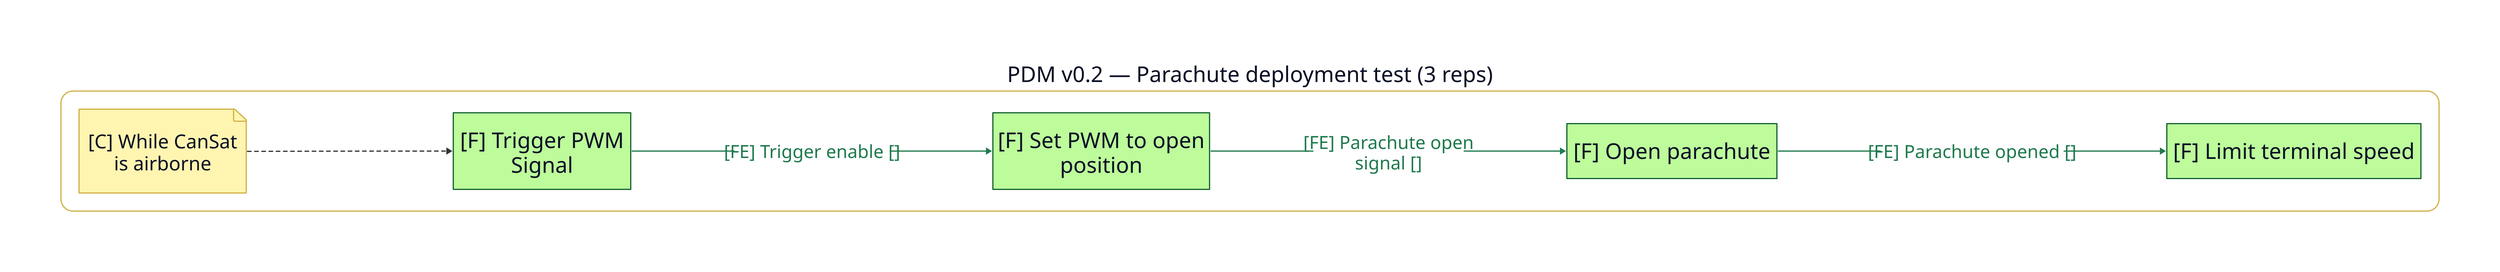
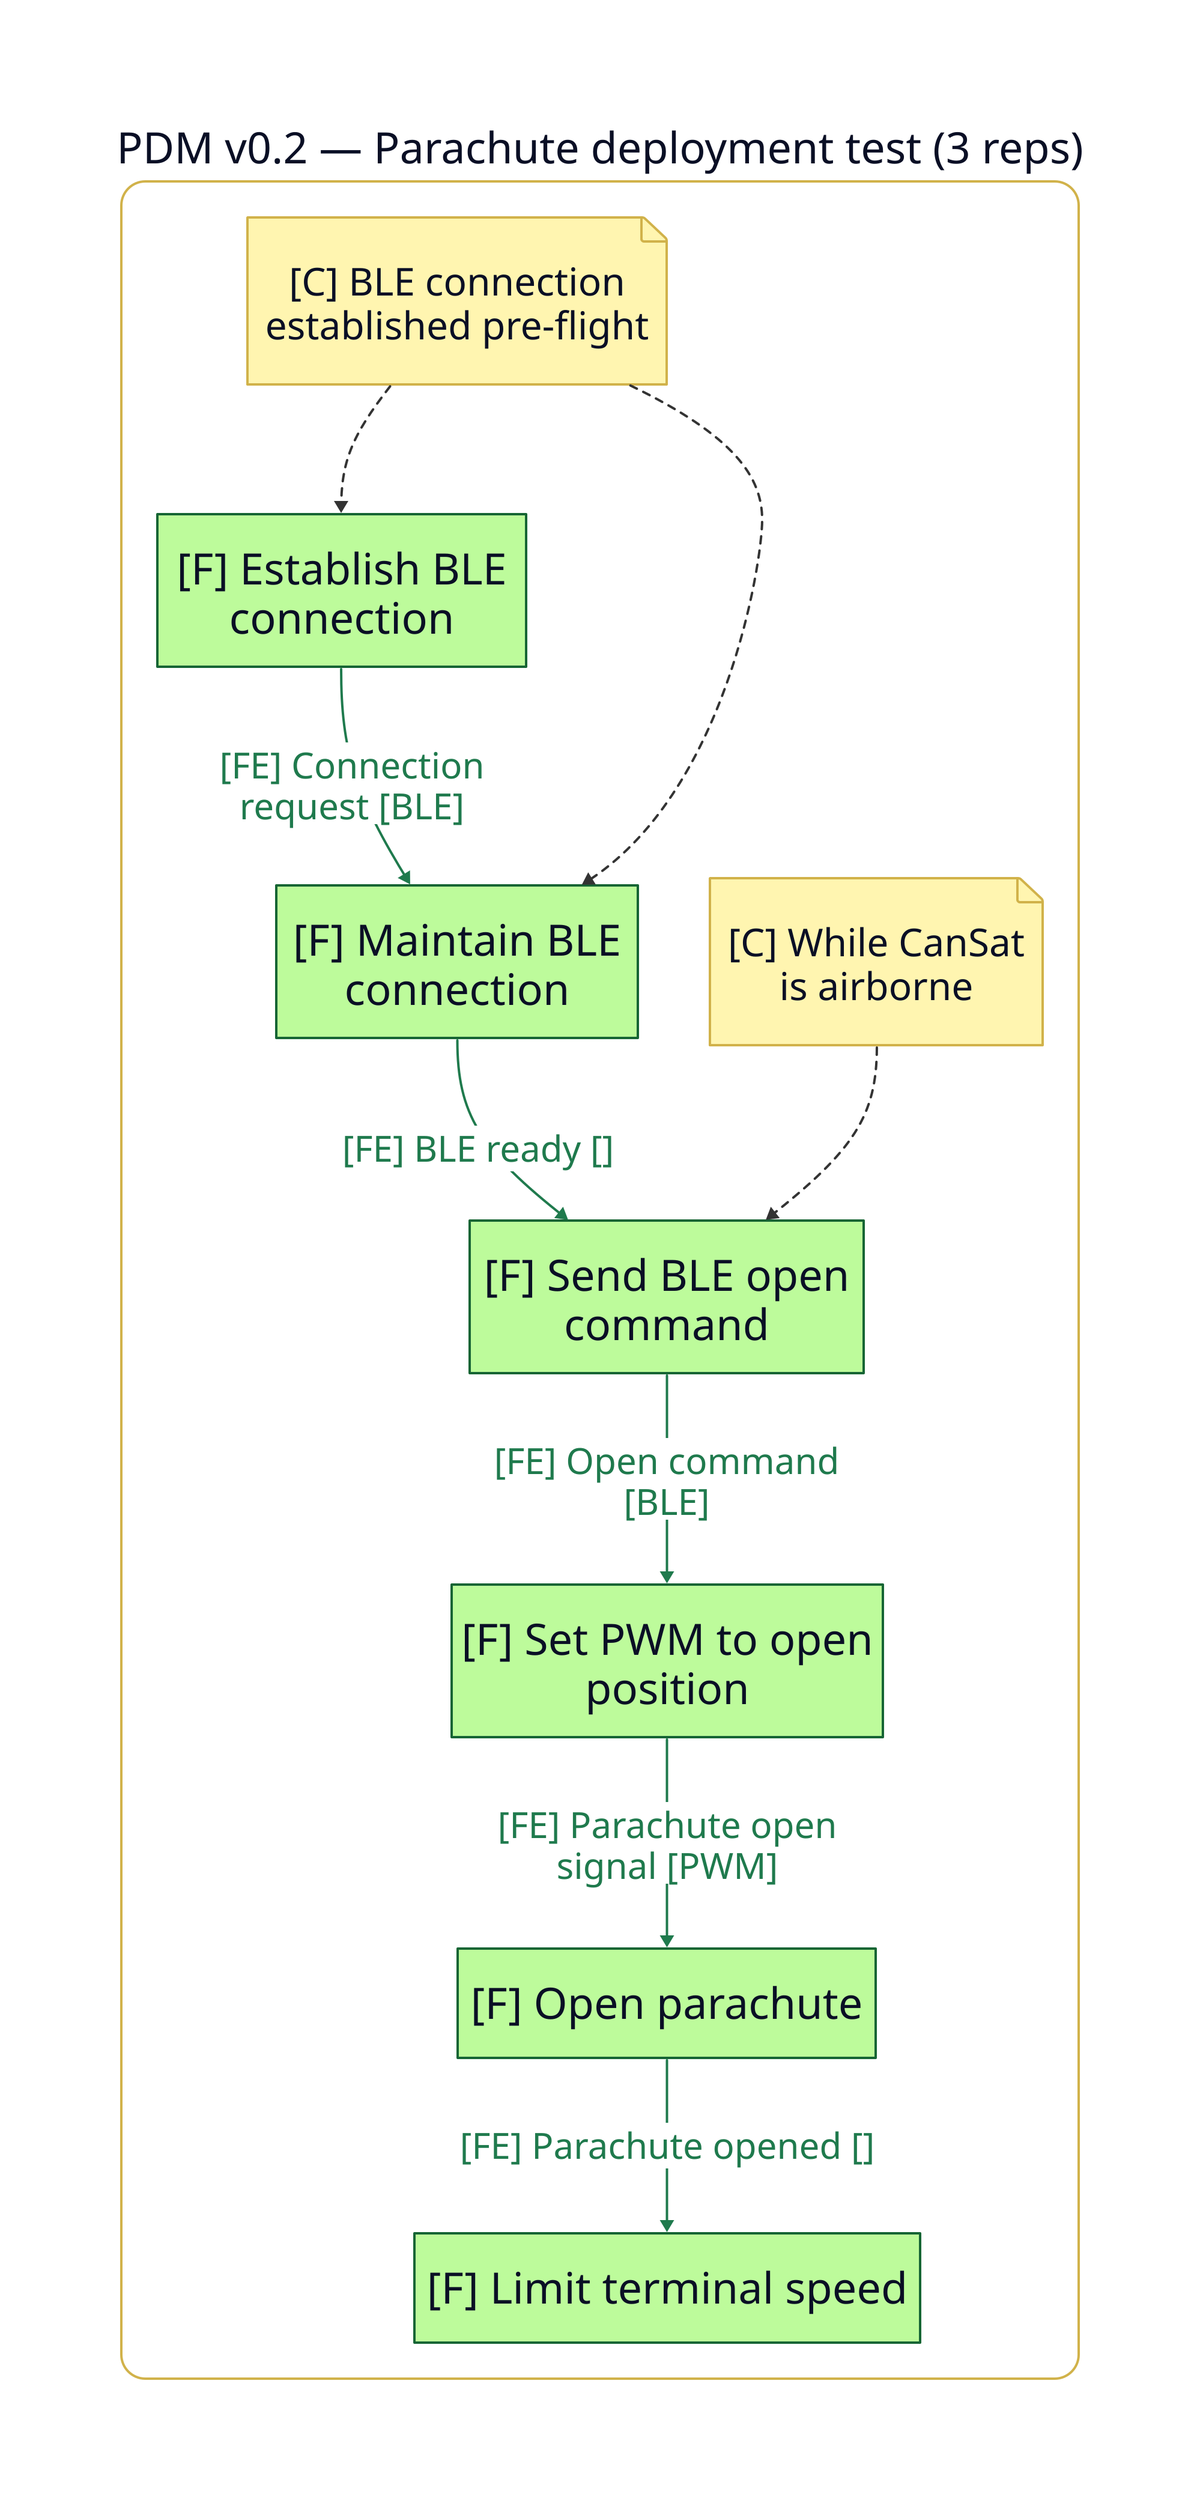
vars: {
  d2-config: {
    layout-engine: elk
  }
}

# Functional chain reconstructed from PDM/PDM_v0.2_FC.jpg.
# Source label: "Parachute deployment test (3 reps)".
# Release dummy is visible in the raster but has no visible exchange into this
# chain; it is omitted here to avoid inventing one.
- direction: right
+ # This revision explicitly includes the pre-flight BLE connection; no
+ # IMU/altitude fallback is modeled in v0.2.
+ direction: down

classes: {
  func: {
    shape: rectangle
    style: { fill: "#BDFB9B"; stroke: "#166534"; stroke-width: 2; font-size: 36 }
  }
  lc: {
    style: {
      fill: "#A9C7E6"; stroke: "#5B65C9"; stroke-width: 2
      border-radius: 20; font-size: 40
    }
  }
  pc: {
    style: { fill: "#FFF8BF"; stroke: "#D1B24A"; stroke-width: 2; font-size: 40 }
  }
  sys: {
    style: { fill: "#E6E6E6"; stroke: "#9A9A9A"; stroke-width: 2; font-size: 48 }
  }
  ea: {
    shape: rectangle
    style: {
      fill: "#BFEAF4"; stroke: "#5B65C9"; stroke-width: 2
      border-radius: 20; font-size: 40
    }
  }
  note: { style: { fill: "#FFF5B0"; stroke: "#D1B24A"; font-size: 32 } }
  chain: {
    style: {
      fill: "#FFFFFF"; stroke: "#D1B24A"; stroke-width: 2
      border-radius: 20; font-size: 36
    }
  }
  fe:   { style: { stroke: "#1F7A4D"; font-color: "#1F7A4D"; stroke-width: 2; font-size: 30 } }
  ce:   { style: { stroke: "#5B65C9"; font-color: "#5B65C9"; stroke-width: 2; font-size: 30 } }
  pl:   { style: { stroke: "#E11D28"; font-color: "#E11D28"; stroke-width: 2; font-size: 30 } }
  cstr: { style: { stroke: "#333333"; stroke-dash: 3; font-size: 26 } }
}

chain: "PDM v0.2 — Parachute deployment test (3 reps)" {
  class: chain
-   direction: right
+   direction: down

+   note_preflight_ble: "[C] BLE connection\nestablished pre-flight" { class: note; shape: page }
  note_airborne: "[C] While CanSat\nis airborne" { class: note; shape: page }

-   trigger_pwm_signal: "[F] Trigger PWM\nSignal" { class: func }
+   establish_ble_connection: "[F] Establish BLE\nconnection" { class: func }
+   maintain_ble_connection: "[F] Maintain BLE\nconnection" { class: func }
+   send_ble_open_command: "[F] Send BLE open\ncommand" { class: func }
  set_pwm_open_position: "[F] Set PWM to open\nposition" { class: func }
  open_parachute: "[F] Open parachute" { class: func }
  limit_terminal_speed: "[F] Limit terminal speed" { class: func }
}

- chain.trigger_pwm_signal -> chain.set_pwm_open_position: "[FE] Trigger enable []" { class: fe }
- chain.set_pwm_open_position -> chain.open_parachute: "[FE] Parachute open\nsignal []" { class: fe }
+ chain.establish_ble_connection -> chain.maintain_ble_connection: "[FE] Connection\nrequest [BLE]" { class: fe }
+ chain.maintain_ble_connection -> chain.send_ble_open_command: "[FE] BLE ready []" { class: fe }
+ chain.send_ble_open_command -> chain.set_pwm_open_position: "[FE] Open command\n[BLE]" { class: fe }
+ chain.set_pwm_open_position -> chain.open_parachute: "[FE] Parachute open\nsignal [PWM]" { class: fe }
chain.open_parachute -> chain.limit_terminal_speed: "[FE] Parachute opened []" { class: fe }

- chain.note_airborne -> chain.trigger_pwm_signal { class: cstr }
+ chain.note_preflight_ble -> chain.establish_ble_connection { class: cstr }
+ chain.note_preflight_ble -> chain.maintain_ble_connection { class: cstr }
+ chain.note_airborne -> chain.send_ble_open_command { class: cstr }
